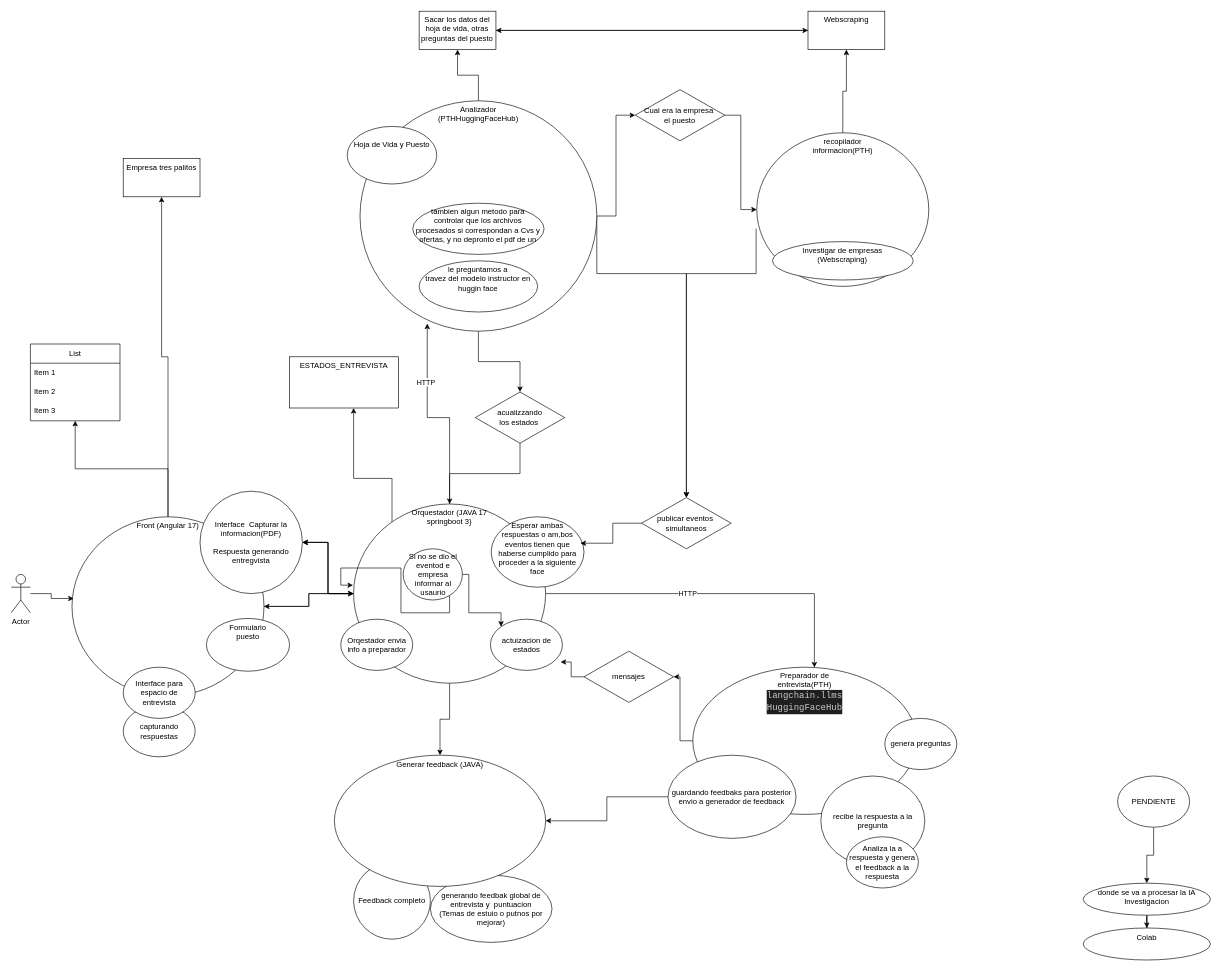
This is page "Diagrama de arquitectura" (2 of 3) of SistemaEntrevistasInteligentes.drawio from EntrevistadorInteligente/si-architecture-diagrams, a draw.io file, before an edit. Source tidied: cells renumbered, new cells numbered last; positions are measured from the earlier drawing's top-left corner, leaving out a move shared by most shapes. Both pictures are drawn from the tidied source at 64%, with x=0, y=0 at pixel (11, 11).
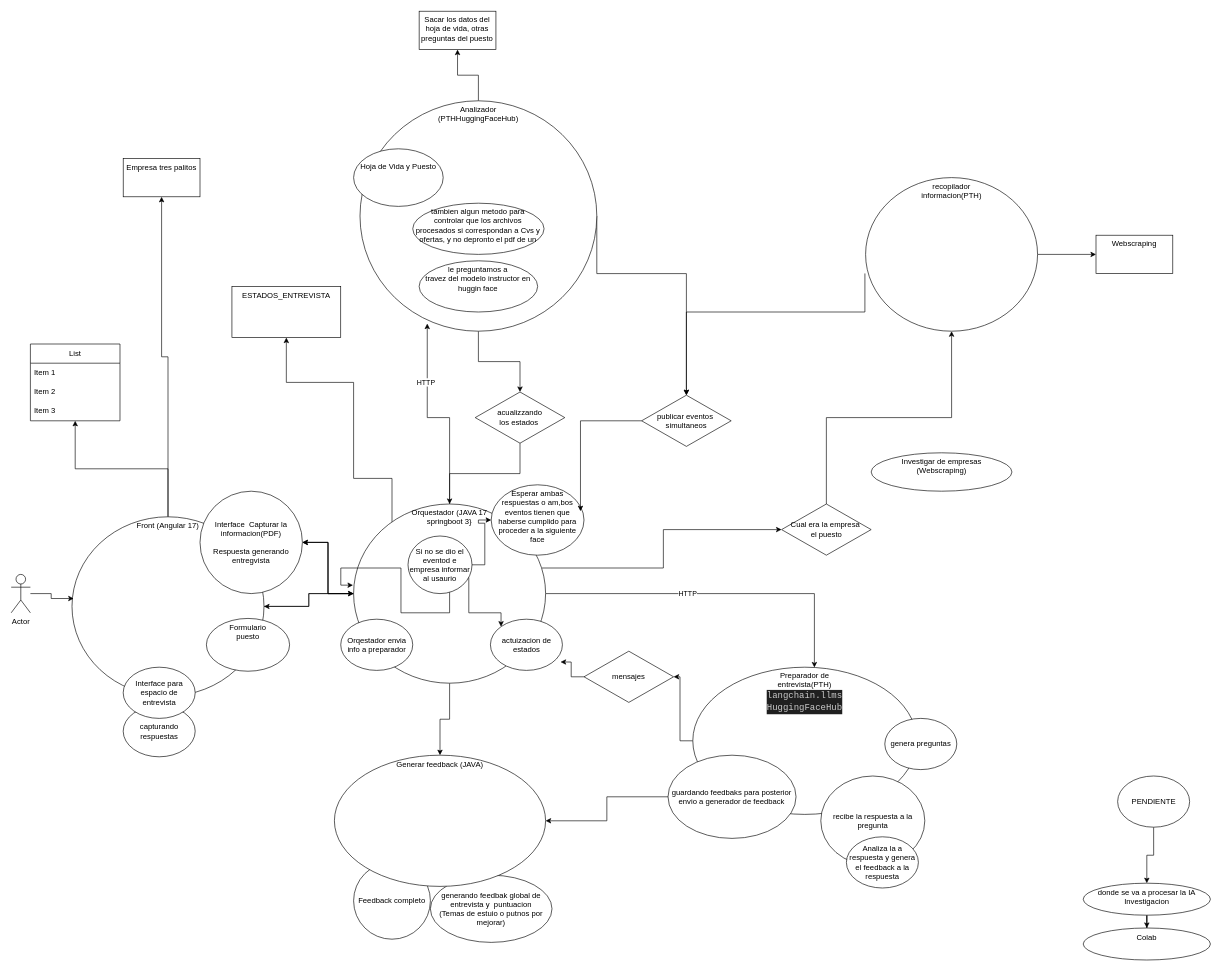
The same diagram, later.

Unchanged cells that the change refers to:
```xml
<mxCell id="9" value="Orquestador (JAVA 17&lt;br&gt;springboot 3}" style="ellipse;whiteSpace=wrap;html=1;verticalAlign=top;" parent="1" vertex="1">
  <mxGeometry x="535" y="770" width="300" height="280" as="geometry" />
</mxCell>
<mxCell id="45" value="Analizador &lt;br&gt;(PTHHuggingFaceHub&lt;span style=&quot;background-color: initial;&quot;&gt;)&lt;/span&gt;" style="ellipse;whiteSpace=wrap;html=1;verticalAlign=top;" parent="1" vertex="1">
  <mxGeometry x="545" y="140" width="370" height="360" as="geometry" />
</mxCell>
<mxCell id="61" value="Sacar los datos del hoja de vida, otras preguntas del puesto" style="whiteSpace=wrap;html=1;verticalAlign=top;" parent="1" vertex="1">
  <mxGeometry x="637.4" width="120" height="60" as="geometry" />
</mxCell>
```

The edit, as a diff of the source:
```diff
@@
+    <mxCell id="74" style="edgeStyle=orthogonalEdgeStyle;rounded=0;jettySize=auto;html=1;" parent="1" edge="1" source="9" target="59">
+      <mxGeometry relative="1" as="geometry">
+        <Array as="points">
+          <mxPoint x="1019" y="870" />
+          <mxPoint x="1019" y="810" />
+        </Array>
+      </mxGeometry>
+    </mxCell>
@@
     <mxCell id="11" style="edgeStyle=orthogonalEdgeStyle;rounded=0;jettySize=auto;html=1;entryX=0.5;entryY=0;entryDx=0;entryDy=0;exitX=-0.004;exitY=0.624;exitDx=0;exitDy=0;exitPerimeter=0;" parent="1" edge="1" source="12" target="65">
       <mxGeometry relative="1" as="geometry">
         <Array as="points">
-          <mxPoint x="1164" y="410" />
-          <mxPoint x="1055" y="410" />
+          <mxPoint x="1334" y="470" />
+          <mxPoint x="1055" y="470" />
         </Array>
       </mxGeometry>
     </mxCell>
     <mxCell id="12" value="recopilador&lt;br&gt;informacion(PTH)" style="ellipse;whiteSpace=wrap;html=1;verticalAlign=top;" parent="1" vertex="1">
-      <mxGeometry x="1165" y="190" width="268.7" height="240" as="geometry" />
+      <mxGeometry x="1335" y="260" width="268.7" height="240" as="geometry" />
     </mxCell>
     <mxCell id="13" value="Investigar de empresas&lt;br&gt;(Webscraping)" style="ellipse;whiteSpace=wrap;html=1;verticalAlign=top;" parent="1" vertex="1">
-      <mxGeometry x="1189.4" y="360" width="220" height="60" as="geometry" />
+      <mxGeometry x="1343.7" y="690" width="220" height="60" as="geometry" />
     </mxCell>
@@
     <mxCell id="40" value="ESTADOS_ENTREVISTA" style="whiteSpace=wrap;html=1;verticalAlign=top;" parent="1" vertex="1">
-      <mxGeometry x="435" y="540" width="170" height="80" as="geometry" />
+      <mxGeometry x="344.9" y="430" width="170" height="80" as="geometry" />
     </mxCell>
@@
-    <mxCell id="42" style="edgeStyle=orthogonalEdgeStyle;rounded=0;jettySize=auto;html=1;entryX=0;entryY=0.5;entryDx=0;entryDy=0;" parent="1" edge="1" source="45" target="59">
-      <mxGeometry relative="1" as="geometry" />
-    </mxCell>
@@
     <mxCell id="46" value="&lt;br&gt;Hoja de Vida y Puesto" style="ellipse;whiteSpace=wrap;html=1;verticalAlign=top;" parent="1" vertex="1">
-      <mxGeometry x="525" y="180" width="140" height="90" as="geometry" />
+      <mxGeometry x="535" y="215" width="140" height="90" as="geometry" />
     </mxCell>
@@
     <mxCell id="59" value="Cual era la empresa&amp;nbsp;&lt;br&gt;el puesto" style="rhombus;whiteSpace=wrap;html=1;" parent="1" vertex="1">
-      <mxGeometry x="975" y="122.5" width="140" height="80" as="geometry" />
+      <mxGeometry x="1203.7" y="770" width="140" height="80" as="geometry" />
     </mxCell>
-    <mxCell id="60" style="edgeStyle=orthogonalEdgeStyle;rounded=0;jettySize=auto;html=1;entryX=0;entryY=0.5;entryDx=0;entryDy=0;" parent="1" edge="1" source="61" target="63">
-      <mxGeometry relative="1" as="geometry" />
-    </mxCell>
@@
-    <mxCell id="62" style="edgeStyle=orthogonalEdgeStyle;rounded=0;jettySize=auto;html=1;entryX=1;entryY=0.5;entryDx=0;entryDy=0;" parent="1" edge="1" source="63" target="61">
-      <mxGeometry relative="1" as="geometry" />
-    </mxCell>
     <mxCell id="63" value="Webscraping" style="whiteSpace=wrap;html=1;verticalAlign=top;" parent="1" vertex="1">
-      <mxGeometry x="1245" width="120" height="60" as="geometry" />
+      <mxGeometry x="1695" y="350" width="120" height="60" as="geometry" />
     </mxCell>
     <mxCell id="64" value="Esperar ambas &lt;br&gt;respuestas o am,bos eventos tienen que haberse cumplido para proceder a la siguiente face" style="ellipse;whiteSpace=wrap;html=1;verticalAlign=top;" parent="1" vertex="1">
-      <mxGeometry x="750" y="790" width="145" height="110" as="geometry" />
+      <mxGeometry x="750" y="740" width="145" height="110" as="geometry" />
     </mxCell>
     <mxCell id="65" value="publicar eventos&amp;nbsp;&lt;br&gt;simultaneos" style="rhombus;whiteSpace=wrap;html=1;" parent="1" vertex="1">
-      <mxGeometry x="985" y="760" width="140" height="80" as="geometry" />
+      <mxGeometry x="985" y="600" width="140" height="80" as="geometry" />
     </mxCell>
@@
+    <mxCell id="75" style="edgeStyle=orthogonalEdgeStyle;rounded=0;jettySize=auto;html=1;" parent="1" edge="1" source="72" target="64">
+      <mxGeometry relative="1" as="geometry" />
+    </mxCell>
     <mxCell id="72" value="Si no se dio el eventod e empresa informar al usaurio" style="ellipse;whiteSpace=wrap;html=1;" parent="1" vertex="1">
-      <mxGeometry x="612.5" y="840" width="92.5" height="80" as="geometry" />
+      <mxGeometry x="620" y="820" width="100" height="90" as="geometry" />
     </mxCell>
```
